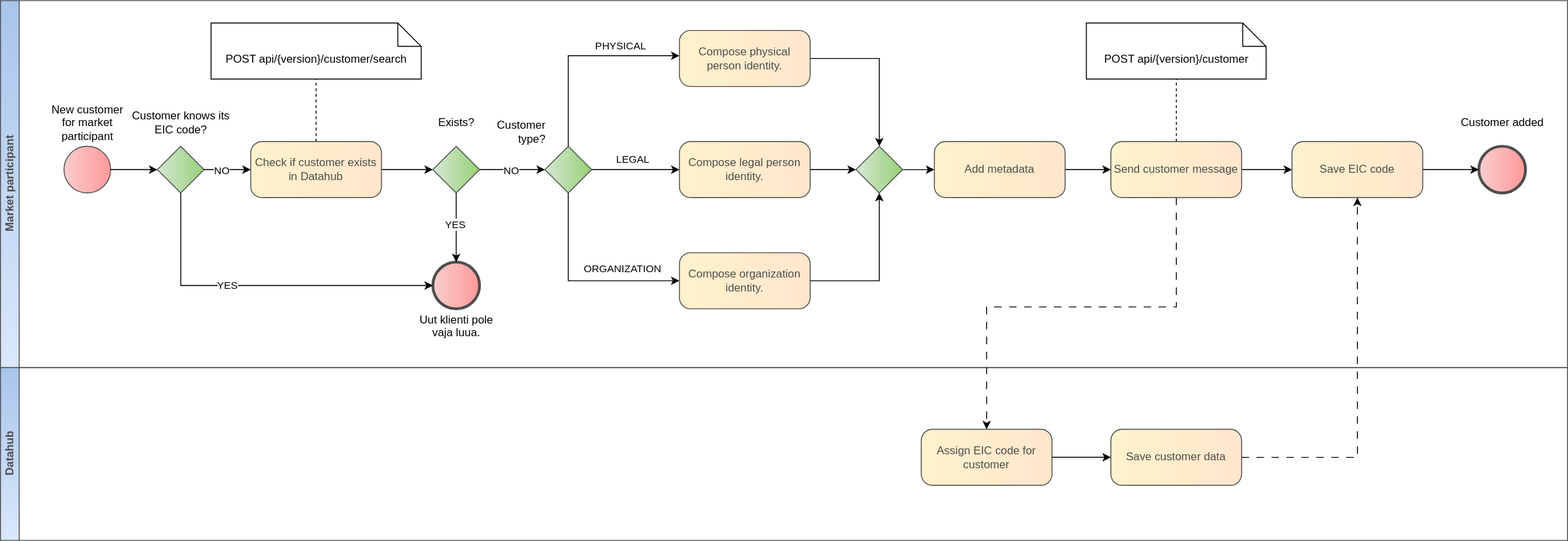
The draw.io diagram diagrams/customer-management/register-customer.svg in Elering/estfeed-datahub-docs, before a commit. Source tidied: cells renumbered, new cells last; positions are measured from the earlier drawing's top-left corner, leaving out a move shared by most shapes.
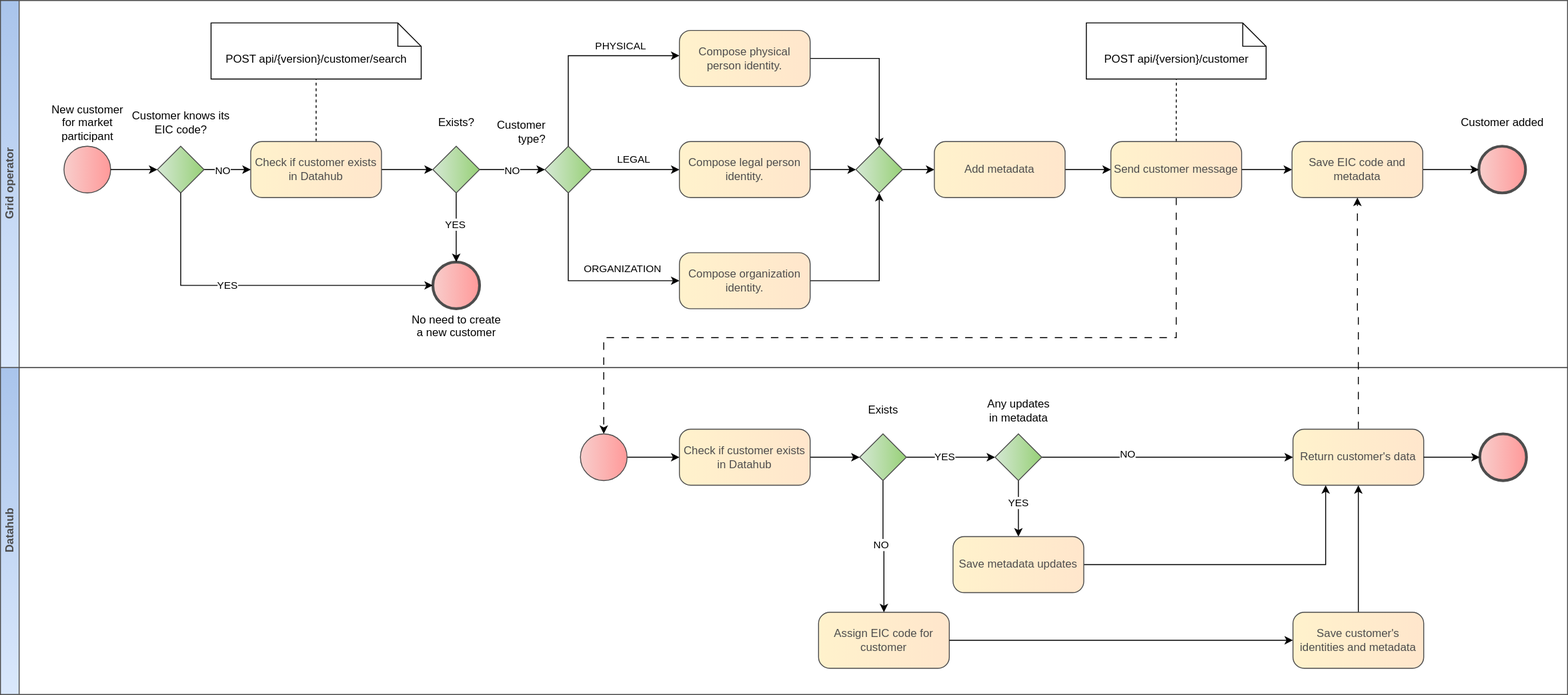
After the change.

Change to the diagram source:
```diff
@@ -67,7 +67,7 @@
     <mxCell id="18" style="edgeStyle=orthogonalEdgeStyle;rounded=0;jettySize=auto;html=1;entryX=0;entryY=0.5;entryDx=0;entryDy=0;entryPerimeter=0;" parent="1" edge="1" source="2" target="17">
       <mxGeometry relative="1" as="geometry" />
     </mxCell>
-    <mxCell id="19" value="Uut klienti pole &lt;br&gt;vaja luua." style="points=[[0.145,0.145,0],[0.5,0,0],[0.855,0.145,0],[1,0.5,0],[0.855,0.855,0],[0.5,1,0],[0.145,0.855,0],[0,0.5,0]];shape=mxgraph.bpmn.event;html=1;verticalLabelPosition=bottom;labelBackgroundColor=#ffffff;verticalAlign=top;align=center;perimeter=ellipsePerimeter;outlineConnect=0;outline=end;symbol=terminate2;fontFamily=Helvetica;fontSize=12;fontColor=#000000;fillColor=#f8cecc;strokeColor=#4D4D4D;rounded=1;shadow=0;strokeWidth=1;gradientColor=#FF9999;gradientDirection=east;spacing=0;spacingTop=0;spacingLeft=0;spacingBottom=0;labelPosition=center;" parent="1" vertex="1">
+    <mxCell id="19" value="No need to create&lt;br&gt;a new customer" style="points=[[0.145,0.145,0],[0.5,0,0],[0.855,0.145,0],[1,0.5,0],[0.855,0.855,0],[0.5,1,0],[0.145,0.855,0],[0,0.5,0]];shape=mxgraph.bpmn.event;html=1;verticalLabelPosition=bottom;labelBackgroundColor=#ffffff;verticalAlign=top;align=center;perimeter=ellipsePerimeter;outlineConnect=0;outline=end;symbol=terminate2;fontFamily=Helvetica;fontSize=12;fontColor=#000000;fillColor=#f8cecc;strokeColor=#4D4D4D;rounded=1;shadow=0;strokeWidth=1;gradientColor=#FF9999;gradientDirection=east;spacing=0;spacingTop=0;spacingLeft=0;spacingBottom=0;labelPosition=center;" parent="1" vertex="1">
       <mxGeometry x="463" y="288" width="50" height="50" as="geometry" />
     </mxCell>
     <mxCell id="20" style="edgeStyle=orthogonalEdgeStyle;rounded=0;jettySize=auto;html=1;" parent="1" edge="1" source="17" target="19">
@@ -150,11 +150,11 @@
     <mxCell id="42" style="edgeStyle=orthogonalEdgeStyle;rounded=0;jettySize=auto;html=1;endArrow=none;dashed=1;endFill=0;" parent="1" edge="1" source="44" target="48">
       <mxGeometry relative="1" as="geometry" />
     </mxCell>
-    <mxCell id="43" style="edgeStyle=orthogonalEdgeStyle;rounded=0;jettySize=auto;html=1;entryX=0.5;entryY=0;entryDx=0;entryDy=0;dashed=1;dashPattern=8 8;" parent="1" edge="1" source="44" target="50">
+    <mxCell id="43" style="edgeStyle=orthogonalEdgeStyle;rounded=0;jettySize=auto;html=1;entryX=0.5;entryY=0;entryDx=0;entryDy=0;dashed=1;dashPattern=8 8;entryPerimeter=0;" parent="1" edge="1" source="44" target="55">
       <mxGeometry relative="1" as="geometry">
         <Array as="points">
-          <mxPoint x="1259" y="336" />
-          <mxPoint x="1056" y="336" />
+          <mxPoint x="1259" y="369" />
+          <mxPoint x="646" y="369" />
         </Array>
       </mxGeometry>
     </mxCell>
@@ -164,29 +164,89 @@
     <mxCell id="45" style="edgeStyle=orthogonalEdgeStyle;rounded=0;jettySize=auto;html=1;" parent="1" edge="1" source="46" target="3">
       <mxGeometry relative="1" as="geometry" />
     </mxCell>
-    <mxCell id="46" value="Save EIC code" style="rounded=1;whiteSpace=wrap;html=1;arcSize=20;fillColor=#fff2cc;strokeColor=#4D4D4D;shadow=0;fontColor=#4D4D4D;gradientColor=#FFE6CC;gradientDirection=east;glass=0;backgroundOutline=0;enumerate=0;labelBackgroundColor=none;labelBorderColor=none;strokeWidth=1;" parent="1" vertex="1">
+    <mxCell id="46" value="Save EIC code and metadata" style="rounded=1;whiteSpace=wrap;html=1;arcSize=20;fillColor=#fff2cc;strokeColor=#4D4D4D;shadow=0;fontColor=#4D4D4D;gradientColor=#FFE6CC;gradientDirection=east;glass=0;backgroundOutline=0;enumerate=0;labelBackgroundColor=none;labelBorderColor=none;strokeWidth=1;" parent="1" vertex="1">
       <mxGeometry x="1383" y="159" width="140" height="60" as="geometry" />
     </mxCell>
-    <mxCell id="47" value="Market participant" style="swimlane;html=1;horizontal=0;startSize=20;strokeColor=#4D4D4D;fillColor=#dae8fc;fontColor=#4D4D4D;gradientColor=#A9C4EB;gradientDirection=north;rotation=0;" parent="1" vertex="1">
+    <mxCell id="47" value="Grid operator" style="swimlane;html=1;horizontal=0;startSize=20;strokeColor=#4D4D4D;fillColor=#dae8fc;fontColor=#4D4D4D;gradientColor=#A9C4EB;gradientDirection=north;rotation=0;" parent="1" vertex="1">
       <mxGeometry y="8" width="1678" height="393" as="geometry" />
     </mxCell>
     <mxCell id="48" value="POST api/{version}/customer" style="shape=note2;boundedLbl=1;whiteSpace=wrap;html=1;size=25;verticalAlign=top;align=center;" parent="1" vertex="1">
       <mxGeometry x="1162.8" y="32" width="192.5" height="60" as="geometry" />
     </mxCell>
     <mxCell id="49" value="Datahub" style="swimlane;html=1;horizontal=0;startSize=20;strokeColor=#4D4D4D;fillColor=#dae8fc;fontColor=#4D4D4D;gradientColor=#A9C4EB;gradientDirection=north;rotation=0;" parent="1" vertex="1">
-      <mxGeometry y="401" width="1678" height="185" as="geometry" />
+      <mxGeometry y="401" width="1678" height="350" as="geometry" />
     </mxCell>
+    <mxCell id="53" style="edgeStyle=orthogonalEdgeStyle;rounded=0;jettySize=auto;html=1;entryX=0.5;entryY=1;entryDx=0;entryDy=0;dashed=1;dashPattern=8 8;exitX=0.5;exitY=0;exitDx=0;exitDy=0;" parent="1" edge="1" source="73" target="46">
+      <mxGeometry relative="1" as="geometry" />
+    </mxCell>
+    <mxCell id="54" style="edgeStyle=orthogonalEdgeStyle;rounded=0;jettySize=auto;html=1;entryX=0;entryY=0.5;entryDx=0;entryDy=0;" parent="1" edge="1" source="55" target="65">
+      <mxGeometry relative="1" as="geometry" />
+    </mxCell>
+    <mxCell id="55" style="points=[[0.145,0.145,0],[0.5,0,0],[0.855,0.145,0],[1,0.5,0],[0.855,0.855,0],[0.5,1,0],[0.145,0.855,0],[0,0.5,0]];shape=mxgraph.bpmn.event;html=1;verticalLabelPosition=bottom;labelBackgroundColor=#ffffff;verticalAlign=bottom;align=center;perimeter=ellipsePerimeter;outlineConnect=0;outline=standard;symbol=general;fontFamily=Helvetica;fontSize=12;fontColor=#4D4D4D;fillColor=#f8cecc;strokeColor=#4D4D4D;rounded=1;shadow=0;strokeWidth=1;gradientColor=#FF9999;gradientDirection=east;" parent="1" vertex="1">
+      <mxGeometry x="621" y="472" width="50" height="50" as="geometry" />
+    </mxCell>
-    <mxCell id="50" value="Assign EIC code for customer" style="rounded=1;whiteSpace=wrap;html=1;arcSize=20;fillColor=#fff2cc;strokeColor=#4D4D4D;shadow=0;fontColor=#4D4D4D;gradientColor=#FFE6CC;gradientDirection=east;glass=0;backgroundOutline=0;enumerate=0;labelBackgroundColor=none;labelBorderColor=none;strokeWidth=1;" parent="49" vertex="1">
-      <mxGeometry x="986" y="66" width="140" height="60" as="geometry" />
+    <mxCell id="50" value="Assign EIC code for customer" style="rounded=1;whiteSpace=wrap;html=1;arcSize=20;fillColor=#fff2cc;strokeColor=#4D4D4D;shadow=0;fontColor=#4D4D4D;gradientColor=#FFE6CC;gradientDirection=east;glass=0;backgroundOutline=0;enumerate=0;labelBackgroundColor=none;labelBorderColor=none;strokeWidth=1;" parent="1" vertex="1">
+      <mxGeometry x="876" y="663" width="140" height="60" as="geometry" />
     </mxCell>
-    <mxCell id="51" value="Save customer data" style="rounded=1;whiteSpace=wrap;html=1;arcSize=20;fillColor=#fff2cc;strokeColor=#4D4D4D;shadow=0;fontColor=#4D4D4D;gradientColor=#FFE6CC;gradientDirection=east;glass=0;backgroundOutline=0;enumerate=0;labelBackgroundColor=none;labelBorderColor=none;strokeWidth=1;" parent="49" vertex="1">
-      <mxGeometry x="1189" y="66" width="140" height="60" as="geometry" />
-    </mxCell>
-    <mxCell id="52" style="edgeStyle=orthogonalEdgeStyle;rounded=0;jettySize=auto;html=1;" parent="49" edge="1" source="50" target="51">
-      <mxGeometry relative="1" as="geometry" />
-    </mxCell>
-    <mxCell id="53" style="edgeStyle=orthogonalEdgeStyle;rounded=0;jettySize=auto;html=1;entryX=0.5;entryY=1;entryDx=0;entryDy=0;dashed=1;dashPattern=8 8;" parent="1" edge="1" source="51" target="46">
-      <mxGeometry relative="1" as="geometry" />
-    </mxCell>
+    <mxCell id="56" style="edgeStyle=orthogonalEdgeStyle;rounded=0;jettySize=auto;html=1;entryX=0.5;entryY=1;entryDx=0;entryDy=0;" parent="1" edge="1" source="57" target="73">
+      <mxGeometry relative="1" as="geometry" />
+    </mxCell>
+    <mxCell id="57" value="Save customer's identities and metadata" style="rounded=1;whiteSpace=wrap;html=1;arcSize=20;fillColor=#fff2cc;strokeColor=#4D4D4D;shadow=0;fontColor=#4D4D4D;gradientColor=#FFE6CC;gradientDirection=east;glass=0;backgroundOutline=0;enumerate=0;labelBackgroundColor=none;labelBorderColor=none;strokeWidth=1;" parent="1" vertex="1">
+      <mxGeometry x="1384" y="663" width="140" height="60" as="geometry" />
+    </mxCell>
+    <mxCell id="58" style="edgeStyle=orthogonalEdgeStyle;rounded=0;jettySize=auto;html=1;" parent="1" edge="1" source="50" target="57">
+      <mxGeometry relative="1" as="geometry" />
+    </mxCell>
+    <mxCell id="59" style="edgeStyle=orthogonalEdgeStyle;rounded=0;jettySize=auto;html=1;entryX=0.5;entryY=0;entryDx=0;entryDy=0;" parent="1" edge="1" source="63" target="50">
+      <mxGeometry relative="1" as="geometry" />
+    </mxCell>
+    <mxCell id="60" value="NO" style="edgeLabel;html=1;align=center;verticalAlign=middle;" parent="59" vertex="1">
+      <mxGeometry x="-0.04" y="-3" relative="1" as="geometry" />
+    </mxCell>
+    <mxCell id="61" style="edgeStyle=orthogonalEdgeStyle;rounded=0;jettySize=auto;html=1;" parent="1" edge="1" source="63" target="70">
+      <mxGeometry relative="1" as="geometry" />
+    </mxCell>
+    <mxCell id="62" value="YES" style="edgeLabel;html=1;align=center;verticalAlign=middle;" parent="61" vertex="1">
+      <mxGeometry x="-0.16" y="1" relative="1" as="geometry" />
+    </mxCell>
+    <mxCell id="63" value="Exists" style="points=[[0.25,0.25,0],[0.5,0,0],[0.75,0.25,0],[1,0.5,0],[0.75,0.75,0],[0.5,1,0],[0.25,0.75,0],[0,0.5,0]];shape=mxgraph.bpmn.gateway2;html=1;verticalLabelPosition=top;labelBackgroundColor=#ffffff;verticalAlign=middle;align=center;perimeter=rhombusPerimeter;outlineConnect=0;outline=none;symbol=none;fontFamily=Helvetica;fontSize=12;fontColor=#000000;fillColor=#D5E8D4;strokeColor=#4D4D4D;rounded=0;shadow=0;gradientColor=#97D077;gradientDirection=east;spacing=0;labelPosition=center;" parent="1" vertex="1">
+      <mxGeometry x="920" y="472" width="50" height="50" as="geometry" />
+    </mxCell>
+    <mxCell id="64" style="edgeStyle=orthogonalEdgeStyle;rounded=0;jettySize=auto;html=1;" parent="1" edge="1" source="65" target="63">
+      <mxGeometry relative="1" as="geometry" />
+    </mxCell>
+    <mxCell id="65" value="Check if customer exists in Datahub" style="rounded=1;whiteSpace=wrap;html=1;arcSize=20;fillColor=#fff2cc;strokeColor=#4D4D4D;shadow=0;fontColor=#4D4D4D;gradientColor=#FFE6CC;gradientDirection=east;glass=0;backgroundOutline=0;enumerate=0;labelBackgroundColor=none;labelBorderColor=none;strokeWidth=1;" parent="1" vertex="1">
+      <mxGeometry x="727" y="467" width="140" height="60" as="geometry" />
+    </mxCell>
+    <mxCell id="66" style="edgeStyle=orthogonalEdgeStyle;rounded=0;jettySize=auto;html=1;entryX=0.5;entryY=0;entryDx=0;entryDy=0;" parent="1" edge="1" source="70" target="72">
+      <mxGeometry relative="1" as="geometry" />
+    </mxCell>
+    <mxCell id="67" value="YES" style="edgeLabel;html=1;align=center;verticalAlign=middle;" parent="66" vertex="1">
+      <mxGeometry x="-0.25" y="-1" relative="1" as="geometry" />
+    </mxCell>
+    <mxCell id="68" style="edgeStyle=orthogonalEdgeStyle;rounded=0;jettySize=auto;html=1;entryX=0;entryY=0.5;entryDx=0;entryDy=0;" parent="1" edge="1" source="70" target="73">
+      <mxGeometry relative="1" as="geometry" />
+    </mxCell>
+    <mxCell id="69" value="NO" style="edgeLabel;html=1;align=center;verticalAlign=middle;" parent="68" vertex="1">
+      <mxGeometry x="-0.33" y="4" relative="1" as="geometry" />
+    </mxCell>
+    <mxCell id="70" value="Any updates&lt;br&gt;in metadata" style="points=[[0.25,0.25,0],[0.5,0,0],[0.75,0.25,0],[1,0.5,0],[0.75,0.75,0],[0.5,1,0],[0.25,0.75,0],[0,0.5,0]];shape=mxgraph.bpmn.gateway2;html=1;verticalLabelPosition=top;labelBackgroundColor=#ffffff;verticalAlign=middle;align=center;perimeter=rhombusPerimeter;outlineConnect=0;outline=none;symbol=none;fontFamily=Helvetica;fontSize=12;fontColor=#000000;fillColor=#D5E8D4;strokeColor=#4D4D4D;rounded=0;shadow=0;gradientColor=#97D077;gradientDirection=east;spacing=0;labelPosition=center;" parent="1" vertex="1">
+      <mxGeometry x="1065" y="472" width="50" height="50" as="geometry" />
+    </mxCell>
+    <mxCell id="71" style="edgeStyle=orthogonalEdgeStyle;rounded=0;jettySize=auto;html=1;entryX=0.25;entryY=1;entryDx=0;entryDy=0;" parent="1" edge="1" source="72" target="73">
+      <mxGeometry relative="1" as="geometry" />
+    </mxCell>
+    <mxCell id="72" value="Save metadata updates" style="rounded=1;whiteSpace=wrap;html=1;arcSize=20;fillColor=#fff2cc;strokeColor=#4D4D4D;shadow=0;fontColor=#4D4D4D;gradientColor=#FFE6CC;gradientDirection=east;glass=0;backgroundOutline=0;enumerate=0;labelBackgroundColor=none;labelBorderColor=none;strokeWidth=1;" parent="1" vertex="1">
+      <mxGeometry x="1020" y="582" width="140" height="60" as="geometry" />
+    </mxCell>
+    <mxCell id="73" value="Return customer's data" style="rounded=1;whiteSpace=wrap;html=1;arcSize=20;fillColor=#fff2cc;strokeColor=#4D4D4D;shadow=0;fontColor=#4D4D4D;gradientColor=#FFE6CC;gradientDirection=east;glass=0;backgroundOutline=0;enumerate=0;labelBackgroundColor=none;labelBorderColor=none;strokeWidth=1;" parent="1" vertex="1">
+      <mxGeometry x="1384" y="467" width="140" height="60" as="geometry" />
+    </mxCell>
+    <mxCell id="74" style="points=[[0.145,0.145,0],[0.5,0,0],[0.855,0.145,0],[1,0.5,0],[0.855,0.855,0],[0.5,1,0],[0.145,0.855,0],[0,0.5,0]];shape=mxgraph.bpmn.event;html=1;verticalLabelPosition=top;labelBackgroundColor=#ffffff;verticalAlign=middle;align=center;perimeter=ellipsePerimeter;outlineConnect=0;outline=end;symbol=terminate2;fontFamily=Helvetica;fontSize=12;fontColor=#000000;fillColor=#f8cecc;strokeColor=#4D4D4D;rounded=1;shadow=0;strokeWidth=1;gradientColor=#FF9999;gradientDirection=east;spacing=0;spacingTop=0;spacingLeft=0;spacingBottom=0;labelPosition=center;" parent="1" vertex="1">
+      <mxGeometry x="1584" y="472" width="50" height="50" as="geometry" />
+    </mxCell>
+    <mxCell id="75" style="edgeStyle=orthogonalEdgeStyle;rounded=0;jettySize=auto;html=1;entryX=0;entryY=0.5;entryDx=0;entryDy=0;entryPerimeter=0;" parent="1" edge="1" source="73" target="74">
+      <mxGeometry relative="1" as="geometry" />
+    </mxCell>
   </root>
 </mxGraphModel>
```
